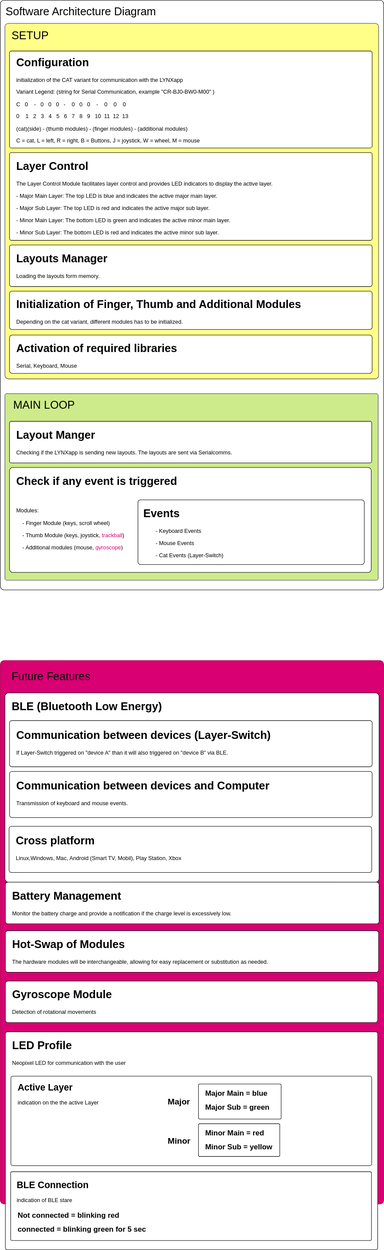
Before: images/SAD.svg, a diagram exported from draw.io (LYNXware/cat_esp32s3_platformio-arduino__version_2). Source tidied: cells renumbered, new cells last; positions are measured from the earlier drawing's top-left corner, leaving out a move shared by most shapes.
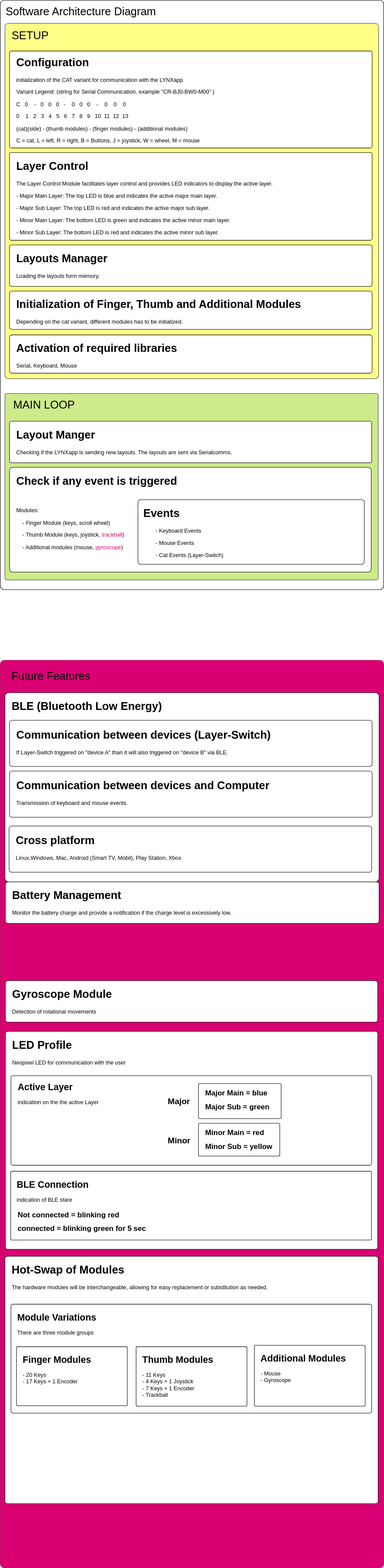
The same diagram one commit later.

Change to the diagram source:
```diff
@@ -27,7 +27,7 @@
       <mxGeometry x="30" y="340" width="630" height="180" as="geometry" />
     </mxCell>
     <mxCell id="10" style="rounded=1;whiteSpace=wrap;html=1;fillColor=#d80073;strokeColor=#A50040;arcSize=1;fontColor=#ffffff;" parent="1" vertex="1">
-      <mxGeometry y="1430" width="830" height="1177" as="geometry" />
+      <mxGeometry y="1430" width="830" height="1966" as="geometry" />
     </mxCell>
     <mxCell id="11" value="Future Features" style="text;html=1;strokeColor=none;fillColor=none;align=center;verticalAlign=middle;whiteSpace=wrap;rounded=0;fontSize=24;fontColor=#000000;" parent="1" vertex="1">
       <mxGeometry x="20" y="1450" width="180" height="30" as="geometry" />
@@ -59,11 +59,11 @@
     <mxCell id="20" value="&lt;h1&gt;Battery Management&lt;/h1&gt;Monitor the battery charge and provide a notification if the charge level is excessively low.&lt;p&gt;&amp;nbsp;&lt;/p&gt;&lt;div&gt;&lt;br&gt;&lt;/div&gt;" style="text;html=1;strokeColor=none;fillColor=none;spacing=5;spacingTop=-20;whiteSpace=wrap;overflow=hidden;rounded=0;" parent="1" vertex="1">
       <mxGeometry x="21" y="1920" width="710" height="70" as="geometry" />
     </mxCell>
-    <mxCell id="21" style="rounded=1;whiteSpace=wrap;html=1;arcSize=6;" parent="1" vertex="1">
-      <mxGeometry x="11" y="2015" width="808" height="90" as="geometry" />
+    <mxCell id="21" style="rounded=1;whiteSpace=wrap;html=1;arcSize=1;" parent="1" vertex="1">
+      <mxGeometry x="10" y="2721" width="808" height="536" as="geometry" />
     </mxCell>
     <mxCell id="22" value="&lt;h1&gt;Hot-Swap of Modules&lt;/h1&gt;&lt;p&gt;The hardware modules will be interchangeable, allowing for easy replacement or substitution as needed.&lt;br&gt;&lt;/p&gt;" style="text;html=1;strokeColor=none;fillColor=none;spacing=5;spacingTop=-20;whiteSpace=wrap;overflow=hidden;rounded=0;" parent="1" vertex="1">
-      <mxGeometry x="21" y="2025" width="710" height="70" as="geometry" />
+      <mxGeometry x="20" y="2731" width="710" height="70" as="geometry" />
     </mxCell>
     <mxCell id="23" style="rounded=1;whiteSpace=wrap;html=1;arcSize=6;" parent="1" vertex="1">
       <mxGeometry x="11" y="2124" width="806" height="90" as="geometry" />
@@ -170,5 +170,29 @@
     <mxCell id="57" value="&lt;h1&gt;Cross platform&lt;/h1&gt;&lt;p&gt;Linux,Windows, Mac, Android (Smart TV, Mobil), Play Station, Xbox&amp;nbsp;&lt;/p&gt;" style="text;html=1;strokeColor=none;fillColor=none;spacing=5;spacingTop=-20;whiteSpace=wrap;overflow=hidden;rounded=0;" parent="1" vertex="1">
       <mxGeometry x="29" y="1800.5" width="710" height="69.2" as="geometry" />
     </mxCell>
+    <mxCell id="58" style="rounded=1;whiteSpace=wrap;html=1;arcSize=2;" parent="1" vertex="1">
+      <mxGeometry x="23" y="2825" width="781" height="236" as="geometry" />
+    </mxCell>
+    <mxCell id="59" value="&lt;h1 style=&quot;font-size: 20px;&quot;&gt;&lt;font style=&quot;font-size: 20px;&quot;&gt;Module Variations&amp;nbsp;&lt;/font&gt;&lt;/h1&gt;There are three module groups&amp;nbsp;" style="text;html=1;strokeColor=none;fillColor=none;spacing=5;spacingTop=-20;whiteSpace=wrap;overflow=hidden;rounded=0;" parent="1" vertex="1">
+      <mxGeometry x="31.5" y="2839" width="710" height="70" as="geometry" />
+    </mxCell>
+    <mxCell id="60" style="rounded=1;whiteSpace=wrap;html=1;arcSize=2;" parent="1" vertex="1">
+      <mxGeometry x="35" y="2917" width="240" height="128" as="geometry" />
+    </mxCell>
+    <mxCell id="61" value="&lt;h1 style=&quot;font-size: 20px;&quot;&gt;&lt;font style=&quot;font-size: 20px;&quot;&gt;Finger Modules&amp;nbsp;&lt;/font&gt;&lt;/h1&gt;- 20 Keys&lt;br&gt;- 17 Keys + 1 Encoder" style="text;html=1;strokeColor=none;fillColor=none;spacing=5;spacingTop=-20;whiteSpace=wrap;overflow=hidden;rounded=0;" parent="1" vertex="1">
+      <mxGeometry x="43.5" y="2931" width="205.5" height="70" as="geometry" />
+    </mxCell>
+    <mxCell id="62" style="rounded=1;whiteSpace=wrap;html=1;arcSize=2;" parent="1" vertex="1">
+      <mxGeometry x="294" y="2917" width="240" height="129" as="geometry" />
+    </mxCell>
+    <mxCell id="63" value="&lt;h1 style=&quot;font-size: 20px;&quot;&gt;&lt;font style=&quot;font-size: 20px;&quot;&gt;Thumb Modules&lt;/font&gt;&lt;/h1&gt;- 11 Keys&lt;br&gt;- 4 Keys + 1 Joystick&lt;br&gt;- 7 Keys + 1 Encoder&lt;br&gt;- Trackball" style="text;html=1;strokeColor=none;fillColor=none;spacing=5;spacingTop=-20;whiteSpace=wrap;overflow=hidden;rounded=0;" parent="1" vertex="1">
+      <mxGeometry x="302.5" y="2931" width="205.5" height="104" as="geometry" />
+    </mxCell>
+    <mxCell id="64" style="rounded=1;whiteSpace=wrap;html=1;arcSize=2;" parent="1" vertex="1">
+      <mxGeometry x="550" y="2914" width="240" height="132" as="geometry" />
+    </mxCell>
+    <mxCell id="65" value="&lt;h1 style=&quot;font-size: 20px;&quot;&gt;&lt;font style=&quot;font-size: 20px;&quot;&gt;Additional Modules&lt;/font&gt;&lt;/h1&gt;- Mouse&lt;br&gt;-&amp;nbsp;Gyroscope" style="text;html=1;strokeColor=none;fillColor=none;spacing=5;spacingTop=-20;whiteSpace=wrap;overflow=hidden;rounded=0;" parent="1" vertex="1">
+      <mxGeometry x="558.5" y="2928" width="205.5" height="70" as="geometry" />
+    </mxCell>
   </root>
 </mxGraphModel>
```
